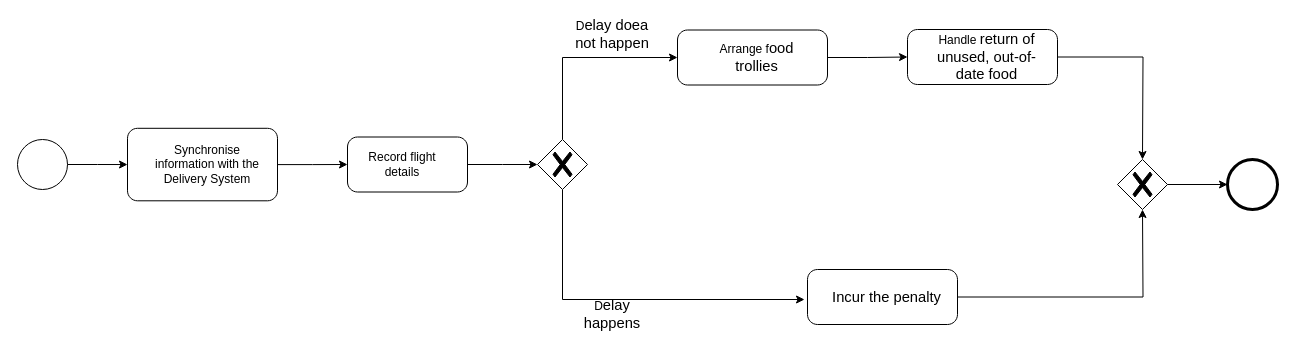
The draw.io diagram Delivery system.drawio in zft666zft/ESA-Assignment, before the edit. Source tidied: cells renumbered, new cells numbered last; positions are measured from the earlier drawing's top-left corner, leaving out a move shared by most shapes. Both pictures are drawn from the tidied source at 100%, with x=0, y=0 at pixel (17, 19).
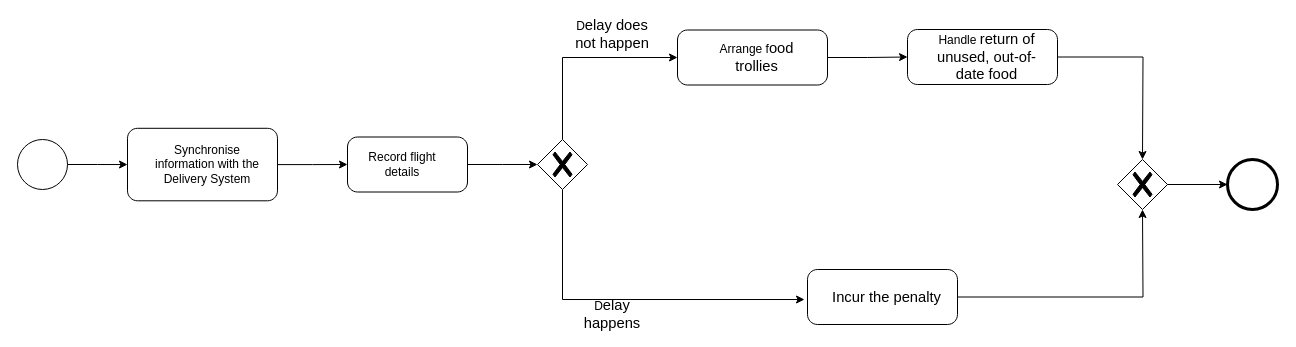
The same page after the edit.

Change to the diagram source:
```diff
@@
-    <mxCell id="19" value="&lt;span style=&quot;background-color: initial;&quot;&gt;D&lt;/span&gt;&lt;span style=&quot;background-color: initial; font-family: Calibri; font-size: 11.04pt;&quot;&gt;elay doea not happen&lt;/span&gt;" style="text;html=1;align=center;verticalAlign=middle;whiteSpace=wrap;rounded=0;" parent="1" vertex="1">
+    <mxCell id="19" value="&lt;span style=&quot;background-color: initial;&quot;&gt;D&lt;/span&gt;&lt;span style=&quot;background-color: initial; font-family: Calibri; font-size: 11.04pt;&quot;&gt;elay does not happen&lt;/span&gt;" style="text;html=1;align=center;verticalAlign=middle;whiteSpace=wrap;rounded=0;" parent="1" vertex="1">
       <mxGeometry x="550" width="90" height="30" as="geometry" />
     </mxCell>
```
